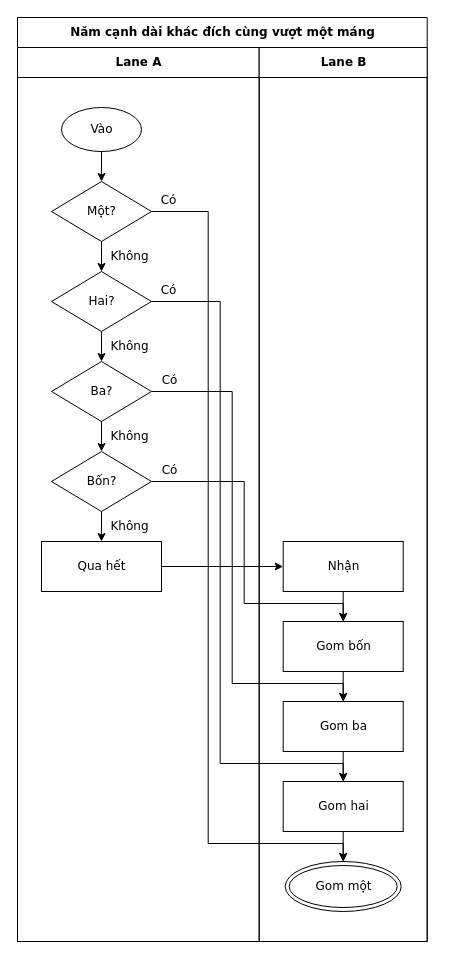
Earlier version of the draw.io diagram conformance/golden/cases/28-tracks-fan-in.drawio (luytbq/flowcast). Source tidied: cells renumbered, new cells numbered last; positions are measured from the earlier drawing's top-left corner, leaving out a move shared by most shapes. Both pictures are drawn from the tidied source at 100%, with x=0, y=0 at pixel (17, 17).
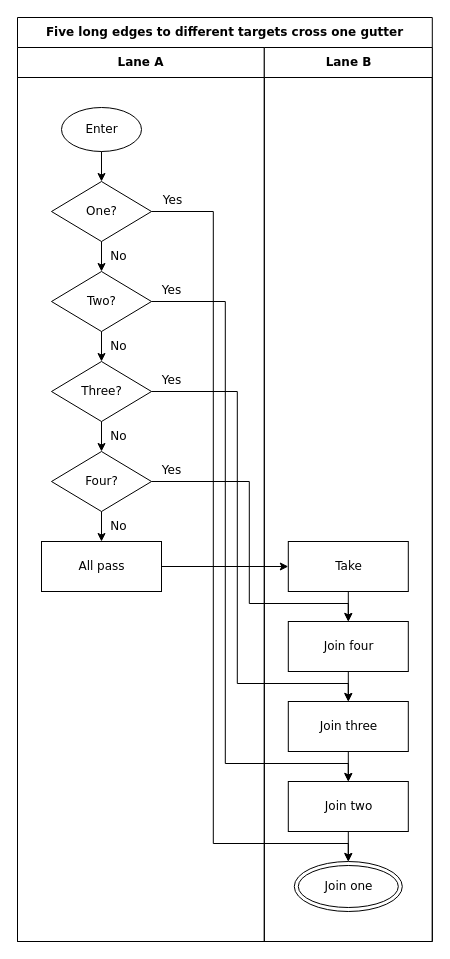
Above is the later version.

What changed in the source:
```diff
@@
-    <mxCell id="2" value="Năm cạnh dài khác đích cùng vượt một máng" style="swimlane;html=1;startSize=30;fontStyle=1;fontFamily=Verdana;fontSize=12;flowtable=1;" parent="1" vertex="1">
-      <mxGeometry width="409.7" height="924" as="geometry" />
+    <mxCell id="2" value="Five long edges to different targets cross one gutter" style="swimlane;html=1;startSize=30;fontStyle=1;fontFamily=Verdana;fontSize=12;flowtable=1;" parent="1" vertex="1">
+      <mxGeometry width="414.8" height="924" as="geometry" />
     </mxCell>
     <mxCell id="3" value="Lane A" style="swimlane;html=1;startSize=30;fontFamily=Verdana;fontSize=12;flowtable=1;" parent="2" vertex="1">
-      <mxGeometry y="30" width="241.7" height="894" as="geometry" />
+      <mxGeometry y="30" width="246.8" height="894" as="geometry" />
     </mxCell>
     <mxCell id="4" value="Lane B" style="swimlane;html=1;startSize=30;fontFamily=Verdana;fontSize=12;flowtable=1;" parent="2" vertex="1">
-      <mxGeometry x="241.7" y="30" width="168" height="894" as="geometry" />
+      <mxGeometry x="246.8" y="30" width="168" height="894" as="geometry" />
     </mxCell>
-    <mxCell id="5" value="Vào" style="ellipse;html=1;fontFamily=Verdana;fontSize=12;flowtable=1;" parent="3" vertex="1">
+    <mxCell id="5" value="Enter" style="ellipse;html=1;fontFamily=Verdana;fontSize=12;flowtable=1;" parent="3" vertex="1">
       <mxGeometry x="44" y="60" width="80" height="44" as="geometry" />
     </mxCell>
-    <mxCell id="6" value="Một?" style="rhombus;html=1;fontFamily=Verdana;fontSize=12;flowtable=1;" parent="3" vertex="1">
+    <mxCell id="6" value="One?" style="rhombus;html=1;fontFamily=Verdana;fontSize=12;flowtable=1;" parent="3" vertex="1">
       <mxGeometry x="34" y="134" width="100" height="60" as="geometry" />
     </mxCell>
-    <mxCell id="7" value="Hai?" style="rhombus;html=1;fontFamily=Verdana;fontSize=12;flowtable=1;" parent="3" vertex="1">
+    <mxCell id="7" value="Two?" style="rhombus;html=1;fontFamily=Verdana;fontSize=12;flowtable=1;" parent="3" vertex="1">
       <mxGeometry x="34" y="224" width="100" height="60" as="geometry" />
     </mxCell>
-    <mxCell id="8" value="Ba?" style="rhombus;html=1;fontFamily=Verdana;fontSize=12;flowtable=1;" parent="3" vertex="1">
+    <mxCell id="8" value="Three?" style="rhombus;html=1;fontFamily=Verdana;fontSize=12;flowtable=1;" parent="3" vertex="1">
       <mxGeometry x="34" y="314" width="100" height="60" as="geometry" />
     </mxCell>
-    <mxCell id="9" value="Bốn?" style="rhombus;html=1;fontFamily=Verdana;fontSize=12;flowtable=1;" parent="3" vertex="1">
+    <mxCell id="9" value="Four?" style="rhombus;html=1;fontFamily=Verdana;fontSize=12;flowtable=1;" parent="3" vertex="1">
       <mxGeometry x="34" y="404" width="100" height="60" as="geometry" />
     </mxCell>
-    <mxCell id="10" value="Qua hết" style="rounded=0;html=1;fontFamily=Verdana;fontSize=12;flowtable=1;" parent="3" vertex="1">
+    <mxCell id="10" value="All pass" style="rounded=0;html=1;fontFamily=Verdana;fontSize=12;flowtable=1;" parent="3" vertex="1">
       <mxGeometry x="24" y="494" width="120" height="50" as="geometry" />
     </mxCell>
-    <mxCell id="11" value="Nhận" style="rounded=0;html=1;fontFamily=Verdana;fontSize=12;flowtable=1;" parent="4" vertex="1">
+    <mxCell id="11" value="Take" style="rounded=0;html=1;fontFamily=Verdana;fontSize=12;flowtable=1;" parent="4" vertex="1">
       <mxGeometry x="24" y="494" width="120" height="50" as="geometry" />
     </mxCell>
-    <mxCell id="12" value="Gom bốn" style="rounded=0;html=1;fontFamily=Verdana;fontSize=12;flowtable=1;" parent="4" vertex="1">
+    <mxCell id="12" value="Join four" style="rounded=0;html=1;fontFamily=Verdana;fontSize=12;flowtable=1;" parent="4" vertex="1">
       <mxGeometry x="24" y="574" width="120" height="50" as="geometry" />
     </mxCell>
-    <mxCell id="13" value="Gom ba" style="rounded=0;html=1;fontFamily=Verdana;fontSize=12;flowtable=1;" parent="4" vertex="1">
+    <mxCell id="13" value="Join three" style="rounded=0;html=1;fontFamily=Verdana;fontSize=12;flowtable=1;" parent="4" vertex="1">
       <mxGeometry x="24" y="654" width="120" height="50" as="geometry" />
     </mxCell>
-    <mxCell id="14" value="Gom hai" style="rounded=0;html=1;fontFamily=Verdana;fontSize=12;flowtable=1;" parent="4" vertex="1">
+    <mxCell id="14" value="Join two" style="rounded=0;html=1;fontFamily=Verdana;fontSize=12;flowtable=1;" parent="4" vertex="1">
       <mxGeometry x="24" y="734" width="120" height="50" as="geometry" />
     </mxCell>
-    <mxCell id="15" value="Gom một" style="shape=doubleEllipse;html=1;fontFamily=Verdana;fontSize=12;flowtable=1;" parent="4" vertex="1">
-      <mxGeometry x="26" y="814" width="116" height="50" as="geometry" />
+    <mxCell id="15" value="Join one" style="shape=doubleEllipse;html=1;fontFamily=Verdana;fontSize=12;flowtable=1;" parent="4" vertex="1">
+      <mxGeometry x="30" y="814" width="108" height="50" as="geometry" />
     </mxCell>
@@
-    <mxCell id="17" value="Có" style="edgeStyle=orthogonalEdgeStyle;rounded=0;jettySize=auto;html=1;labelBackgroundColor=default;exitX=1;exitY=0.5;exitDx=0;exitDy=0;entryX=0.5;entryY=0;entryDx=0;entryDy=0;fontFamily=Verdana;fontSize=12;flowtable=1;" parent="2" edge="1" source="6" target="15">
-      <mxGeometry x="-0.96" relative="1" as="geometry">
+    <mxCell id="17" value="Yes" style="edgeStyle=orthogonalEdgeStyle;rounded=0;jettySize=auto;html=1;labelBackgroundColor=default;exitX=1;exitY=0.5;exitDx=0;exitDy=0;entryX=0.5;entryY=0;entryDx=0;entryDy=0;fontFamily=Verdana;fontSize=12;flowtable=1;" parent="2" edge="1" source="6" target="15">
+      <mxGeometry x="-0.95" relative="1" as="geometry">
         <Array as="points">
-          <mxPoint x="190.7" y="194" />
-          <mxPoint x="190.7" y="826" />
-          <mxPoint x="325.7" y="826" />
+          <mxPoint x="195.8" y="194" />
+          <mxPoint x="195.8" y="826" />
+          <mxPoint x="330.8" y="826" />
         </Array>
         <mxPoint y="-11.5" as="offset" />
       </mxGeometry>
     </mxCell>
-    <mxCell id="18" value="Không" style="edgeStyle=orthogonalEdgeStyle;rounded=0;jettySize=auto;html=1;labelBackgroundColor=default;exitX=0.5;exitY=1;exitDx=0;exitDy=0;entryX=0.5;entryY=0;entryDx=0;entryDy=0;fontFamily=Verdana;fontSize=12;flowtable=1;" parent="2" edge="1" source="6" target="7">
+    <mxCell id="18" value="No" style="edgeStyle=orthogonalEdgeStyle;rounded=0;jettySize=auto;html=1;labelBackgroundColor=default;exitX=0.5;exitY=1;exitDx=0;exitDy=0;entryX=0.5;entryY=0;entryDx=0;entryDy=0;fontFamily=Verdana;fontSize=12;flowtable=1;" parent="2" edge="1" source="6" target="7">
       <mxGeometry x="-0.03" relative="1" as="geometry">
-        <mxPoint x="28.1" as="offset" />
+        <mxPoint x="17.1" as="offset" />
       </mxGeometry>
     </mxCell>
-    <mxCell id="19" value="Có" style="edgeStyle=orthogonalEdgeStyle;rounded=0;jettySize=auto;html=1;labelBackgroundColor=default;exitX=1;exitY=0.5;exitDx=0;exitDy=0;entryX=0.5;entryY=0;entryDx=0;entryDy=0;fontFamily=Verdana;fontSize=12;flowtable=1;" parent="2" edge="1" source="7" target="14">
-      <mxGeometry x="-0.95" relative="1" as="geometry">
+    <mxCell id="19" value="Yes" style="edgeStyle=orthogonalEdgeStyle;rounded=0;jettySize=auto;html=1;labelBackgroundColor=default;exitX=1;exitY=0.5;exitDx=0;exitDy=0;entryX=0.5;entryY=0;entryDx=0;entryDy=0;fontFamily=Verdana;fontSize=12;flowtable=1;" parent="2" edge="1" source="7" target="14">
+      <mxGeometry x="-0.94" relative="1" as="geometry">
         <Array as="points">
-          <mxPoint x="202.7" y="284" />
-          <mxPoint x="202.7" y="746" />
-          <mxPoint x="325.7" y="746" />
+          <mxPoint x="207.8" y="284" />
+          <mxPoint x="207.8" y="746" />
+          <mxPoint x="330.8" y="746" />
         </Array>
         <mxPoint y="-11.5" as="offset" />
       </mxGeometry>
     </mxCell>
-    <mxCell id="20" value="Không" style="edgeStyle=orthogonalEdgeStyle;rounded=0;jettySize=auto;html=1;labelBackgroundColor=default;exitX=0.5;exitY=1;exitDx=0;exitDy=0;entryX=0.5;entryY=0;entryDx=0;entryDy=0;fontFamily=Verdana;fontSize=12;flowtable=1;" parent="2" edge="1" source="7" target="8">
+    <mxCell id="20" value="No" style="edgeStyle=orthogonalEdgeStyle;rounded=0;jettySize=auto;html=1;labelBackgroundColor=default;exitX=0.5;exitY=1;exitDx=0;exitDy=0;entryX=0.5;entryY=0;entryDx=0;entryDy=0;fontFamily=Verdana;fontSize=12;flowtable=1;" parent="2" edge="1" source="7" target="8">
       <mxGeometry x="-0.03" relative="1" as="geometry">
-        <mxPoint x="28.1" as="offset" />
+        <mxPoint x="17.1" as="offset" />
       </mxGeometry>
     </mxCell>
-    <mxCell id="21" value="Có" style="edgeStyle=orthogonalEdgeStyle;rounded=0;jettySize=auto;html=1;labelBackgroundColor=default;exitX=1;exitY=0.5;exitDx=0;exitDy=0;entryX=0.5;entryY=0;entryDx=0;entryDy=0;fontFamily=Verdana;fontSize=12;flowtable=1;" parent="2" edge="1" source="8" target="13">
-      <mxGeometry x="-0.93" relative="1" as="geometry">
+    <mxCell id="21" value="Yes" style="edgeStyle=orthogonalEdgeStyle;rounded=0;jettySize=auto;html=1;labelBackgroundColor=default;exitX=1;exitY=0.5;exitDx=0;exitDy=0;entryX=0.5;entryY=0;entryDx=0;entryDy=0;fontFamily=Verdana;fontSize=12;flowtable=1;" parent="2" edge="1" source="8" target="13">
+      <mxGeometry x="-0.92" relative="1" as="geometry">
         <Array as="points">
-          <mxPoint x="214.7" y="374" />
-          <mxPoint x="214.7" y="666" />
-          <mxPoint x="325.7" y="666" />
+          <mxPoint x="219.8" y="374" />
+          <mxPoint x="219.8" y="666" />
+          <mxPoint x="330.8" y="666" />
         </Array>
         <mxPoint y="-11.5" as="offset" />
       </mxGeometry>
     </mxCell>
-    <mxCell id="22" value="Không" style="edgeStyle=orthogonalEdgeStyle;rounded=0;jettySize=auto;html=1;labelBackgroundColor=default;exitX=0.5;exitY=1;exitDx=0;exitDy=0;entryX=0.5;entryY=0;entryDx=0;entryDy=0;fontFamily=Verdana;fontSize=12;flowtable=1;" parent="2" edge="1" source="8" target="9">
+    <mxCell id="22" value="No" style="edgeStyle=orthogonalEdgeStyle;rounded=0;jettySize=auto;html=1;labelBackgroundColor=default;exitX=0.5;exitY=1;exitDx=0;exitDy=0;entryX=0.5;entryY=0;entryDx=0;entryDy=0;fontFamily=Verdana;fontSize=12;flowtable=1;" parent="2" edge="1" source="8" target="9">
       <mxGeometry x="-0.03" relative="1" as="geometry">
-        <mxPoint x="28.1" as="offset" />
+        <mxPoint x="17.1" as="offset" />
       </mxGeometry>
     </mxCell>
-    <mxCell id="23" value="Có" style="edgeStyle=orthogonalEdgeStyle;rounded=0;jettySize=auto;html=1;labelBackgroundColor=default;exitX=1;exitY=0.5;exitDx=0;exitDy=0;entryX=0.5;entryY=0;entryDx=0;entryDy=0;fontFamily=Verdana;fontSize=12;flowtable=1;" parent="2" edge="1" source="9" target="12">
-      <mxGeometry x="-0.89" relative="1" as="geometry">
+    <mxCell id="23" value="Yes" style="edgeStyle=orthogonalEdgeStyle;rounded=0;jettySize=auto;html=1;labelBackgroundColor=default;exitX=1;exitY=0.5;exitDx=0;exitDy=0;entryX=0.5;entryY=0;entryDx=0;entryDy=0;fontFamily=Verdana;fontSize=12;flowtable=1;" parent="2" edge="1" source="9" target="12">
+      <mxGeometry x="-0.88" relative="1" as="geometry">
         <Array as="points">
-          <mxPoint x="226.7" y="464" />
-          <mxPoint x="226.7" y="586" />
-          <mxPoint x="325.7" y="586" />
+          <mxPoint x="231.8" y="464" />
+          <mxPoint x="231.8" y="586" />
+          <mxPoint x="330.8" y="586" />
         </Array>
         <mxPoint y="-11.5" as="offset" />
       </mxGeometry>
     </mxCell>
-    <mxCell id="24" value="Không" style="edgeStyle=orthogonalEdgeStyle;rounded=0;jettySize=auto;html=1;labelBackgroundColor=default;exitX=0.5;exitY=1;exitDx=0;exitDy=0;entryX=0.5;entryY=0;entryDx=0;entryDy=0;fontFamily=Verdana;fontSize=12;flowtable=1;" parent="2" edge="1" source="9" target="10">
+    <mxCell id="24" value="No" style="edgeStyle=orthogonalEdgeStyle;rounded=0;jettySize=auto;html=1;labelBackgroundColor=default;exitX=0.5;exitY=1;exitDx=0;exitDy=0;entryX=0.5;entryY=0;entryDx=0;entryDy=0;fontFamily=Verdana;fontSize=12;flowtable=1;" parent="2" edge="1" source="9" target="10">
       <mxGeometry x="-0.03" relative="1" as="geometry">
-        <mxPoint x="28.1" as="offset" />
+        <mxPoint x="17.1" as="offset" />
       </mxGeometry>
     </mxCell>
```
